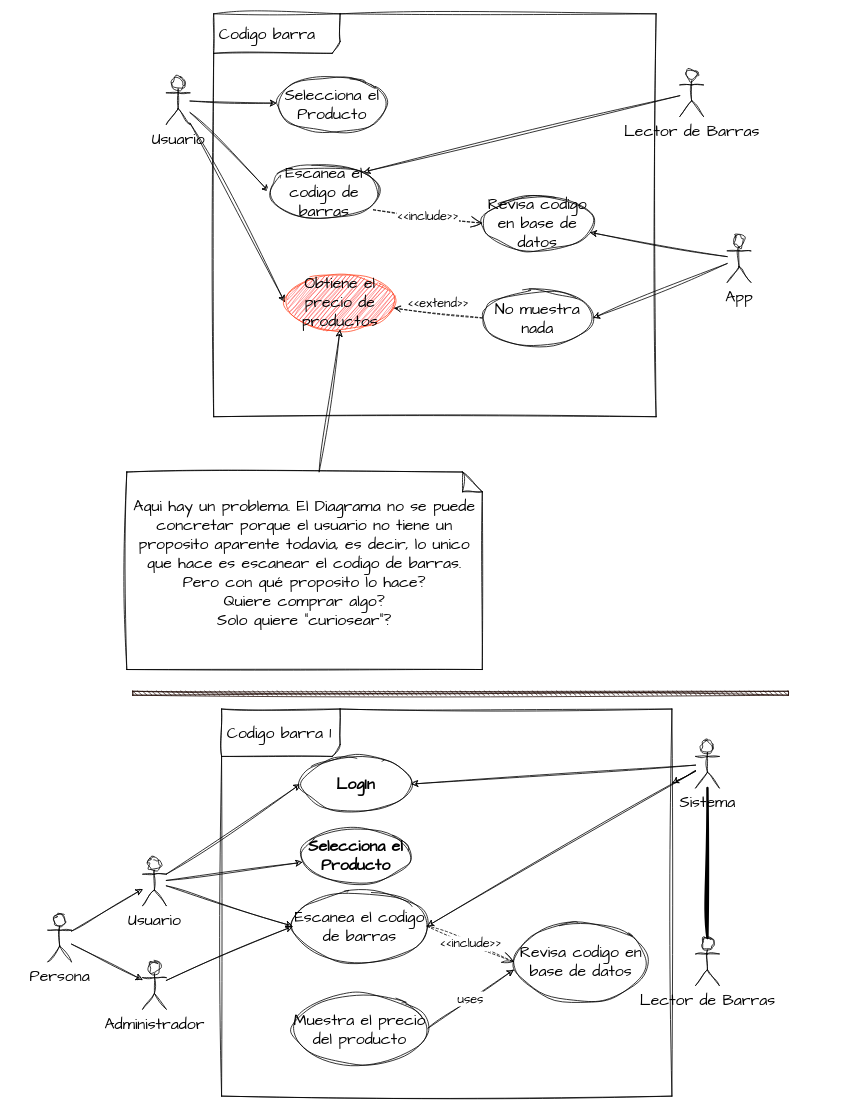
Before: page "UseCaseBarCode" (1 of 2) of useCaseBarCode.dio in AlejandroChicaizaBMV/repositorioParaElProyecto, a draw.io diagram. Source tidied: cells renumbered, new cells numbered last; positions are measured from the earlier drawing's top-left corner, leaving out a move shared by most shapes. Both pictures are drawn from the tidied source at 79%, with x=0, y=0 at pixel (47, 13).
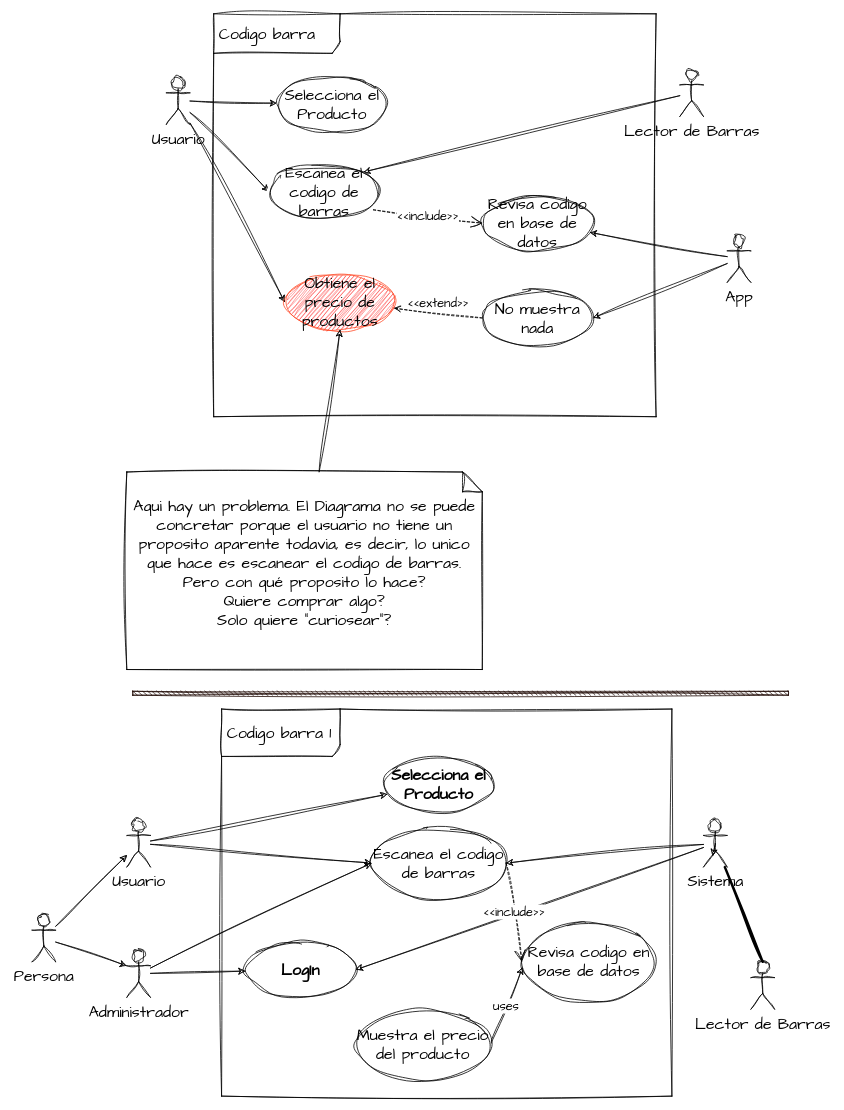
The same diagram, later.

Unchanged cells that the change refers to:
```xml
<mxCell id="21" value="Codigo barra 1" style="shape=umlFrame;whiteSpace=wrap;html=1;width=150;height=60;boundedLbl=1;verticalAlign=middle;align=left;spacingLeft=5;sketch=1;hachureGap=4;jiggle=2;curveFitting=1;fontFamily=Architects Daughter;fontSize=20;fontStyle=0;" parent="1" vertex="1">
  <mxGeometry x="220" y="880" width="570" height="490" as="geometry" />
</mxCell>
```

Diff of the diagram source:
```diff
@@
-    <mxCell id="24" style="edgeStyle=none;sketch=1;hachureGap=4;jiggle=2;curveFitting=1;html=1;fontFamily=Architects Daughter;fontSize=16;" parent="1" edge="1" source="25" target="21">
-      <mxGeometry relative="1" as="geometry" />
-    </mxCell>
     <mxCell id="25" value="Sistema" style="shape=umlActor;verticalLabelPosition=bottom;verticalAlign=top;html=1;sketch=1;hachureGap=4;jiggle=2;curveFitting=1;fontFamily=Architects Daughter;fontSize=20;" parent="1" vertex="1">
-      <mxGeometry x="820" y="920" width="30" height="60" as="geometry" />
+      <mxGeometry x="830" y="1020" width="30" height="60" as="geometry" />
     </mxCell>
     <mxCell id="26" value="Lector de Barras" style="shape=umlActor;verticalLabelPosition=bottom;verticalAlign=top;html=1;sketch=1;hachureGap=4;jiggle=2;curveFitting=1;fontFamily=Architects Daughter;fontSize=20;" parent="1" vertex="1">
-      <mxGeometry x="820" y="1170" width="30" height="60" as="geometry" />
+      <mxGeometry x="890" y="1200" width="30" height="60" as="geometry" />
     </mxCell>
@@
-    <mxCell id="29" style="edgeStyle=none;sketch=1;hachureGap=4;jiggle=2;curveFitting=1;html=1;entryX=0;entryY=0.5;entryDx=0;entryDy=0;fontFamily=Architects Daughter;fontSize=16;" parent="1" edge="1" source="30" target="38">
-      <mxGeometry relative="1" as="geometry" />
-    </mxCell>
     <mxCell id="30" value="Usuario" style="shape=umlActor;verticalLabelPosition=bottom;verticalAlign=top;html=1;sketch=1;hachureGap=4;jiggle=2;curveFitting=1;fontFamily=Architects Daughter;fontSize=20;" parent="1" vertex="1">
-      <mxGeometry x="120" y="1069" width="30" height="60" as="geometry" />
+      <mxGeometry x="100" y="1020" width="30" height="60" as="geometry" />
     </mxCell>
     <mxCell id="31" value="Selecciona el Producto" style="ellipse;whiteSpace=wrap;html=1;sketch=1;hachureGap=4;jiggle=2;curveFitting=1;fontFamily=Architects Daughter;fontSize=20;fontStyle=1;" parent="1" vertex="1">
-      <mxGeometry x="320" y="1030" width="140" height="70" as="geometry" />
+      <mxGeometry x="425" y="940" width="140" height="70" as="geometry" />
     </mxCell>
     <mxCell id="32" value="Escanea el codigo de barras" style="ellipse;whiteSpace=wrap;html=1;sketch=1;hachureGap=4;jiggle=2;curveFitting=1;fontFamily=Architects Daughter;fontSize=20;" parent="1" vertex="1">
-      <mxGeometry x="310" y="1110" width="170" height="90" as="geometry" />
+      <mxGeometry x="410" y="1030" width="170" height="90" as="geometry" />
     </mxCell>
     <mxCell id="33" value="Revisa codigo en base de datos" style="ellipse;whiteSpace=wrap;html=1;sketch=1;hachureGap=4;jiggle=2;curveFitting=1;fontFamily=Architects Daughter;fontSize=20;" parent="1" vertex="1">
-      <mxGeometry x="590" y="1150" width="170" height="100" as="geometry" />
+      <mxGeometry x="600" y="1150" width="170" height="100" as="geometry" />
     </mxCell>
@@
     <mxCell id="38" value="LogIn" style="ellipse;whiteSpace=wrap;html=1;sketch=1;hachureGap=4;jiggle=2;curveFitting=1;fontFamily=Architects Daughter;fontSize=20;fontStyle=1;" parent="1" vertex="1">
-      <mxGeometry x="320" y="940" width="140" height="70" as="geometry" />
+      <mxGeometry x="250" y="1175" width="140" height="70" as="geometry" />
     </mxCell>
@@
+    <mxCell id="46" style="edgeStyle=none;sketch=1;hachureGap=4;jiggle=2;curveFitting=1;html=1;fontFamily=Architects Daughter;fontSize=16;" parent="1" edge="1" source="40" target="38">
+      <mxGeometry relative="1" as="geometry" />
+    </mxCell>
     <mxCell id="40" value="Administrador" style="shape=umlActor;verticalLabelPosition=bottom;verticalAlign=top;html=1;sketch=1;hachureGap=4;jiggle=2;curveFitting=1;fontFamily=Architects Daughter;fontSize=20;" parent="1" vertex="1">
-      <mxGeometry x="120" y="1200" width="30" height="60" as="geometry" />
+      <mxGeometry x="100" y="1185" width="30" height="60" as="geometry" />
     </mxCell>
@@
-    <mxCell id="42" style="edgeStyle=none;sketch=1;hachureGap=4;jiggle=2;curveFitting=1;html=1;fontFamily=Architects Daughter;fontSize=16;" parent="1" edge="1" source="43">
-      <mxGeometry relative="1" as="geometry">
-        <mxPoint x="120" y="1223" as="targetPoint" />
-      </mxGeometry>
-    </mxCell>
+    <mxCell id="47" style="edgeStyle=none;sketch=1;hachureGap=4;jiggle=2;curveFitting=1;html=1;entryX=0;entryY=0.3333333333333333;entryDx=0;entryDy=0;entryPerimeter=0;fontFamily=Architects Daughter;fontSize=16;" parent="1" edge="1" source="43" target="40">
+      <mxGeometry relative="1" as="geometry" />
+    </mxCell>
     <mxCell id="43" value="Persona&lt;br&gt;" style="shape=umlActor;verticalLabelPosition=bottom;verticalAlign=top;html=1;sketch=1;hachureGap=4;jiggle=2;curveFitting=1;fontFamily=Architects Daughter;fontSize=20;" parent="1" vertex="1">
-      <mxGeometry y="1140" width="30" height="60" as="geometry" />
+      <mxGeometry x="-20" y="1140" width="30" height="60" as="geometry" />
     </mxCell>
-    <mxCell id="44" value="uses" style="edgeStyle=none;sketch=1;hachureGap=4;jiggle=2;curveFitting=1;html=1;fontFamily=Architects Daughter;fontSize=16;exitX=1;exitY=0.5;exitDx=0;exitDy=0;" parent="1" edge="1" source="45">
-      <mxGeometry relative="1" as="geometry">
-        <mxPoint x="590" y="1210" as="targetPoint" />
-      </mxGeometry>
+    <mxCell id="44" value="uses" style="edgeStyle=none;sketch=1;hachureGap=4;jiggle=2;curveFitting=1;html=1;fontFamily=Architects Daughter;fontSize=16;exitX=1;exitY=0.5;exitDx=0;exitDy=0;entryX=0.006;entryY=0.57;entryDx=0;entryDy=0;entryPerimeter=0;" parent="1" edge="1" source="45" target="33">
+      <mxGeometry relative="1" as="geometry" />
     </mxCell>
     <mxCell id="45" value="Muestra el precio del producto" style="ellipse;whiteSpace=wrap;html=1;sketch=1;hachureGap=4;jiggle=2;curveFitting=1;fontFamily=Architects Daughter;fontSize=20;" parent="1" vertex="1">
-      <mxGeometry x="310" y="1240" width="170" height="90" as="geometry" />
+      <mxGeometry x="390" y="1260" width="170" height="90" as="geometry" />
     </mxCell>
+    <mxCell id="48" style="edgeStyle=none;sketch=1;hachureGap=4;jiggle=2;curveFitting=1;html=1;exitX=0.5;exitY=0.5;exitDx=0;exitDy=0;exitPerimeter=0;entryX=0.389;entryY=0.767;entryDx=0;entryDy=0;entryPerimeter=0;fontFamily=Architects Daughter;fontSize=16;" parent="1" edge="1" source="25" target="25">
+      <mxGeometry relative="1" as="geometry" />
+    </mxCell>
```
